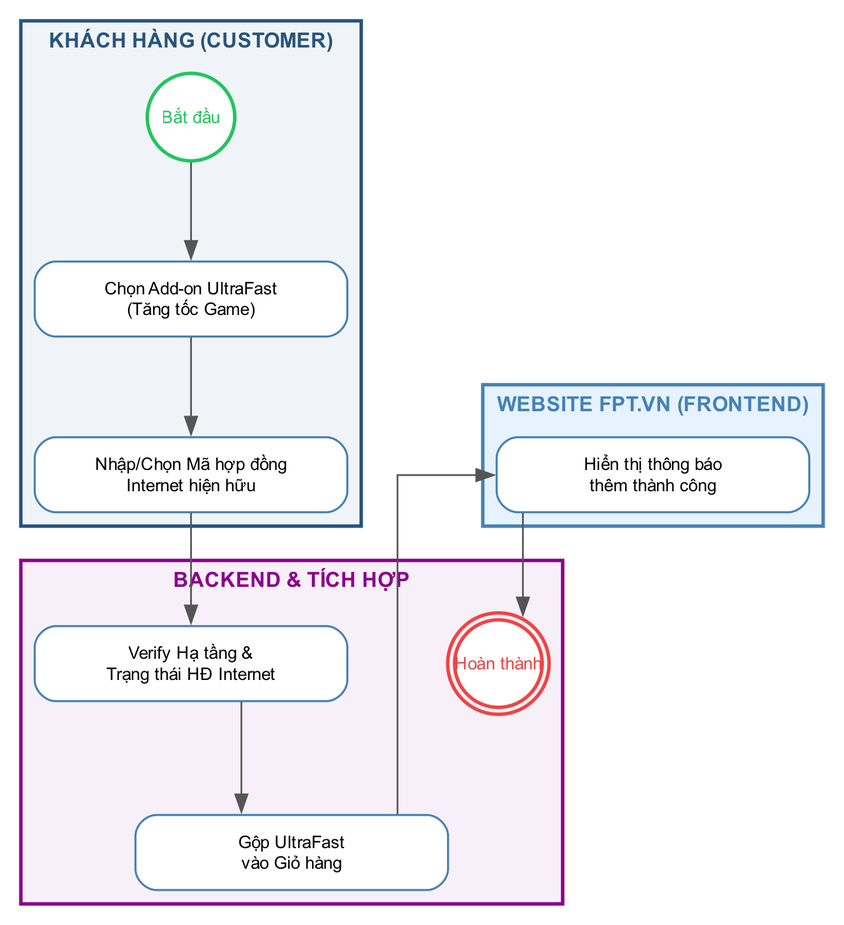
hathuy2706-BA/FPT keeps this Graphviz diagram as diagrams/bpmn_fr06_ultrafast.png. Above is the earlier version. Its source is kept beside it as diagrams/bpmn_fr06_ultrafast.dot.
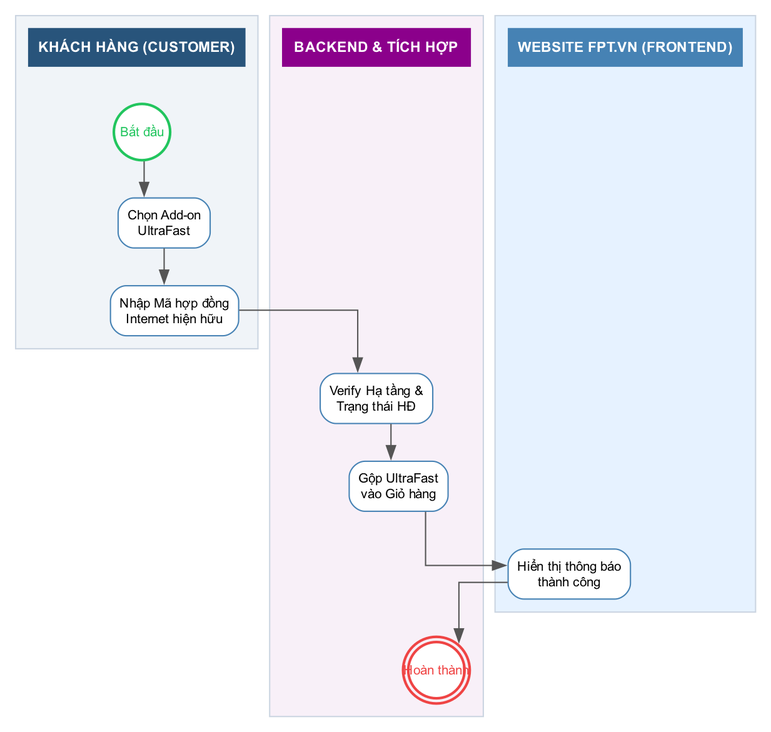
After the change.

What changed in the source:
```diff
@@ -2,39 +2,38 @@
 
     rankdir=TB;
     splines=ortho;
-    nodesep=0.8;
-    ranksep=0.8;
-    node [fontname="Arial", fontsize=10, shape=box, style="rounded,filled", fillcolor="white", color="#4682B4", penwidth=1.2, width=2.5, height=0.6];
+    nodesep=0.4;
+    ranksep=0.4;
+    newrank=true;
+    compound=true;
+    fontname="Arial";
+
+    node [fontname="Arial", fontsize=10, shape=box, style="rounded,filled", fillcolor="white", color="#4682B4", penwidth=1.0, margin=0.1];
     edge [fontname="Arial", fontsize=9, color="#555555", penwidth=1.0];
 
-
     subgraph cluster_customer {
-        label="KHÁCH HÀNG (CUSTOMER)";
-        style=filled; color="#28547B"; fillcolor="#F0F4F8"; penwidth=2;
-        fontcolor="#28547B"; fontsize=12; fontname="Arial bold"; labelloc="t"; labeljust="c";
-
-        start [label="Bắt đầu", shape=circle, style="filled", fillcolor="white", color="#22C55E", fontcolor="#22C55E", penwidth=2, width=0.7, fixedsize=true];
-        select_addon [label="Chọn Add-on UltraFast\n(Tăng tốc Game)"];
-        link_contract [label="Nhập/Chọn Mã hợp đồng\nInternet hiện hữu"];
+        style=filled; color="#CBD5E1"; fillcolor="#F0F4F8"; penwidth=1; label=""; margin=10;
+        h_cust [label="KHÁCH HÀNG (CUSTOMER)", shape=box, style="filled", fillcolor="#28547B", color="#28547B", fontcolor="white", fontsize=11, fontname="Arial bold", width=2.0, height=0.4, fixedsize=false];
+        start [label="Bắt đầu", shape=circle, style="filled", fillcolor="white", color="#22C55E", fontcolor="#22C55E", penwidth=2, width=0.6, fixedsize=true];
+        select_addon [label="Chọn Add-on\nUltraFast"];
+        link_contract [label="Nhập Mã hợp đồng\nInternet hiện hữu"];
+        h_cust -> start [style=invis];
     }
-
     subgraph cluster_fe {
-        label="WEBSITE FPT.VN (FRONTEND)";
-        style=filled; color="#4682B4"; fillcolor="#E6F2FF"; penwidth=2;
-        fontcolor="#4682B4"; fontsize=12; fontname="Arial bold"; labelloc="t"; labeljust="c";
-
-        display_success [label="Hiển thị thông báo\nthêm thành công"];
+        style=filled; color="#CBD5E1"; fillcolor="#E6F2FF"; penwidth=1; label=""; margin=10;
+        h_fe [label="WEBSITE FPT.VN (FRONTEND)", shape=box, style="filled", fillcolor="#4682B4", color="#4682B4", fontcolor="white", fontsize=11, fontname="Arial bold", width=2.0, height=0.4, fixedsize=false];
+        display_success [label="Hiển thị thông báo\nthành công"];
+        h_fe -> display_success [style=invis];
     }
-
     subgraph cluster_be {
-        label="BACKEND & TÍCH HỢP";
-        style=filled; color="#8B008B"; fillcolor="#F8F0F8"; penwidth=2;
-        fontcolor="#8B008B"; fontsize=12; fontname="Arial bold"; labelloc="t"; labeljust="c";
-
-        verify_contract [label="Verify Hạ tầng &\nTrạng thái HĐ Internet"];
+        style=filled; color="#CBD5E1"; fillcolor="#F8F0F8"; penwidth=1; label=""; margin=10;
+        h_be [label="BACKEND & TÍCH HỢP", shape=box, style="filled", fillcolor="#8B008B", color="#8B008B", fontcolor="white", fontsize=11, fontname="Arial bold", width=2.0, height=0.4, fixedsize=false];
+        verify_contract [label="Verify Hạ tầng &\nTrạng thái HĐ"];
         bind_addon [label="Gộp UltraFast\nvào Giỏ hàng"];
-        end [label="Hoàn thành", shape=doublecircle, style="filled", fillcolor="white", color="#EF4444", fontcolor="#EF4444", penwidth=2, width=0.7, fixedsize=true];
+        end [label="Hoàn thành", shape=doublecircle, style="filled", fillcolor="white", color="#EF4444", fontcolor="#EF4444", penwidth=2, width=0.6, fixedsize=true];
+        h_be -> verify_contract [style=invis];
     }
+    { rank=same; h_cust; h_fe; h_be; }
 
     start -> select_addon -> link_contract -> verify_contract -> bind_addon -> display_success -> end;
 }
```
